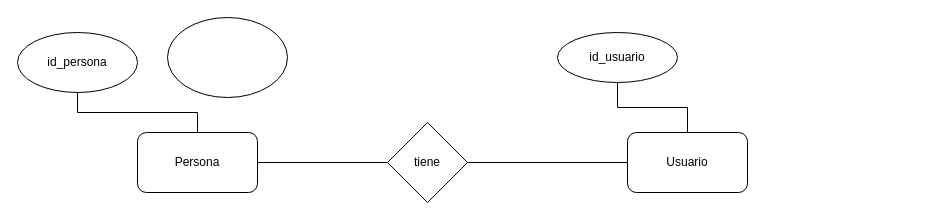
Before: PAL_BD.drawio in Arust-INSYS/appPAL, a draw.io diagram. Source tidied: cells renumbered, new cells numbered last; positions are measured from the earlier drawing's top-left corner, leaving out a move shared by most shapes. Both pictures are drawn from the tidied source at 100%, with x=0, y=0 at pixel (17, 17).
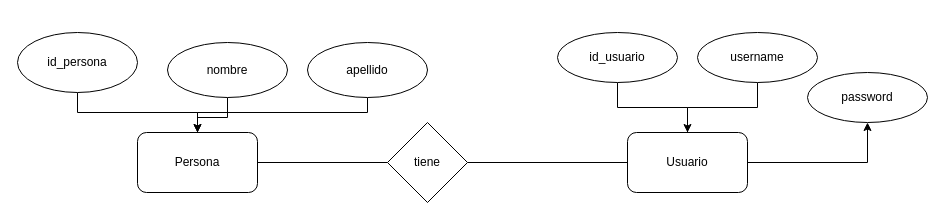
The same page after the edit.

Unchanged cells that the change refers to:
```xml
<mxCell id="3" value="Persona" style="rounded=1;whiteSpace=wrap;html=1;" parent="1" vertex="1">
  <mxGeometry x="120" y="115" width="120" height="60" as="geometry" />
</mxCell>
<mxCell id="5" value="Usuario" style="rounded=1;whiteSpace=wrap;html=1;" parent="1" vertex="1">
  <mxGeometry x="610" y="115" width="120" height="60" as="geometry" />
</mxCell>
```

What changed in the source:
```diff
@@
+    <mxCell id="12" style="edgeStyle=orthogonalEdgeStyle;rounded=0;jettySize=auto;html=1;entryX=0.5;entryY=1;entryDx=0;entryDy=0;" parent="1" edge="1" source="5" target="18">
+      <mxGeometry relative="1" as="geometry" />
+    </mxCell>
@@
+    <mxCell id="13" style="edgeStyle=orthogonalEdgeStyle;rounded=0;jettySize=auto;html=1;" parent="1" edge="1" source="11" target="3">
+      <mxGeometry relative="1" as="geometry" />
+    </mxCell>
-    <mxCell id="11" style="ellipse;whiteSpace=wrap;html=1;" parent="1" vertex="1">
-      <mxGeometry x="150" width="120" height="80" as="geometry" />
+    <mxCell id="11" value="nombre" style="ellipse;whiteSpace=wrap;html=1;" parent="1" vertex="1">
+      <mxGeometry x="150" y="25" width="120" height="55" as="geometry" />
     </mxCell>
+    <mxCell id="14" style="edgeStyle=orthogonalEdgeStyle;rounded=0;jettySize=auto;html=1;" parent="1" edge="1" source="15" target="3">
+      <mxGeometry relative="1" as="geometry">
+        <Array as="points">
+          <mxPoint x="350" y="95" />
+          <mxPoint x="180" y="95" />
+        </Array>
+      </mxGeometry>
+    </mxCell>
+    <mxCell id="15" value="apellido" style="ellipse;whiteSpace=wrap;html=1;" parent="1" vertex="1">
+      <mxGeometry x="290" y="25" width="120" height="55" as="geometry" />
+    </mxCell>
+    <mxCell id="16" style="edgeStyle=orthogonalEdgeStyle;rounded=0;jettySize=auto;html=1;" parent="1" edge="1" source="17" target="5">
+      <mxGeometry relative="1" as="geometry" />
+    </mxCell>
+    <mxCell id="17" value="username" style="ellipse;whiteSpace=wrap;html=1;" parent="1" vertex="1">
+      <mxGeometry x="680" y="15" width="120" height="50" as="geometry" />
+    </mxCell>
+    <mxCell id="18" value="password" style="ellipse;whiteSpace=wrap;html=1;" parent="1" vertex="1">
+      <mxGeometry x="790" y="55" width="120" height="50" as="geometry" />
+    </mxCell>
```
